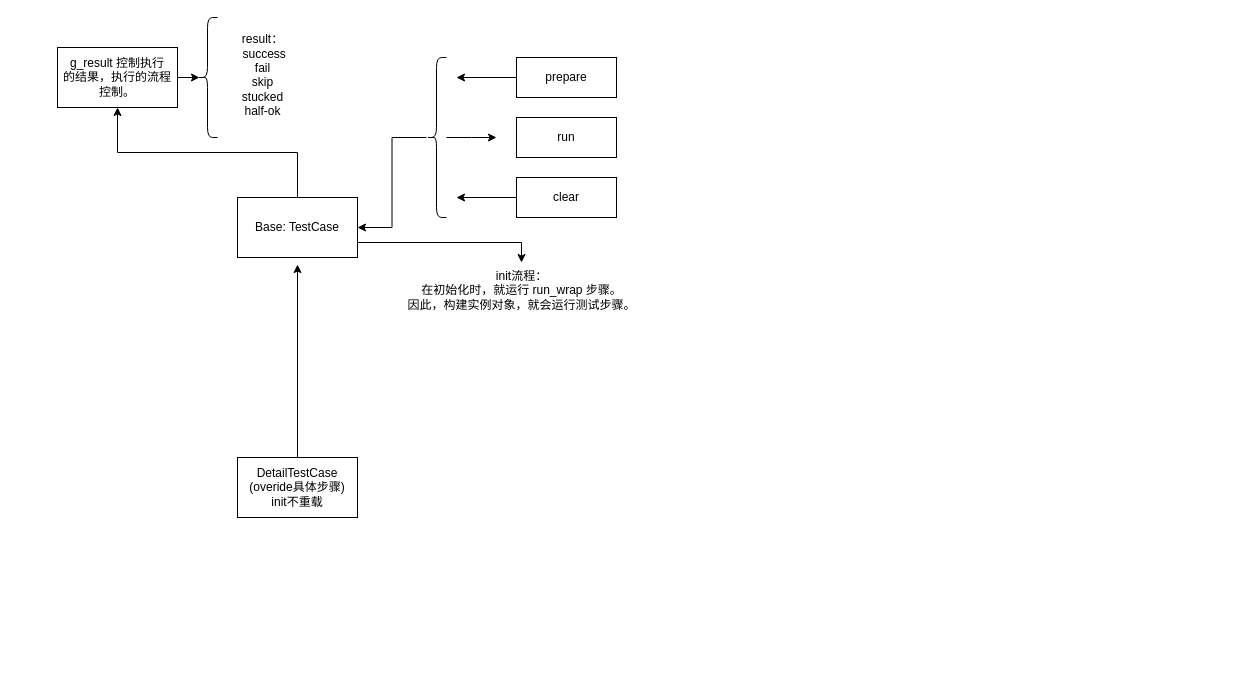
This is python_testcase.drawio from ff12323/drawio_ideas, a draw.io file, before an edit. Source tidied: cells renumbered, new cells numbered last; positions are measured from the earlier drawing's top-left corner, leaving out a move shared by most shapes. Both pictures are drawn from the tidied source at 100%, with x=0, y=0 at pixel (57, 17).
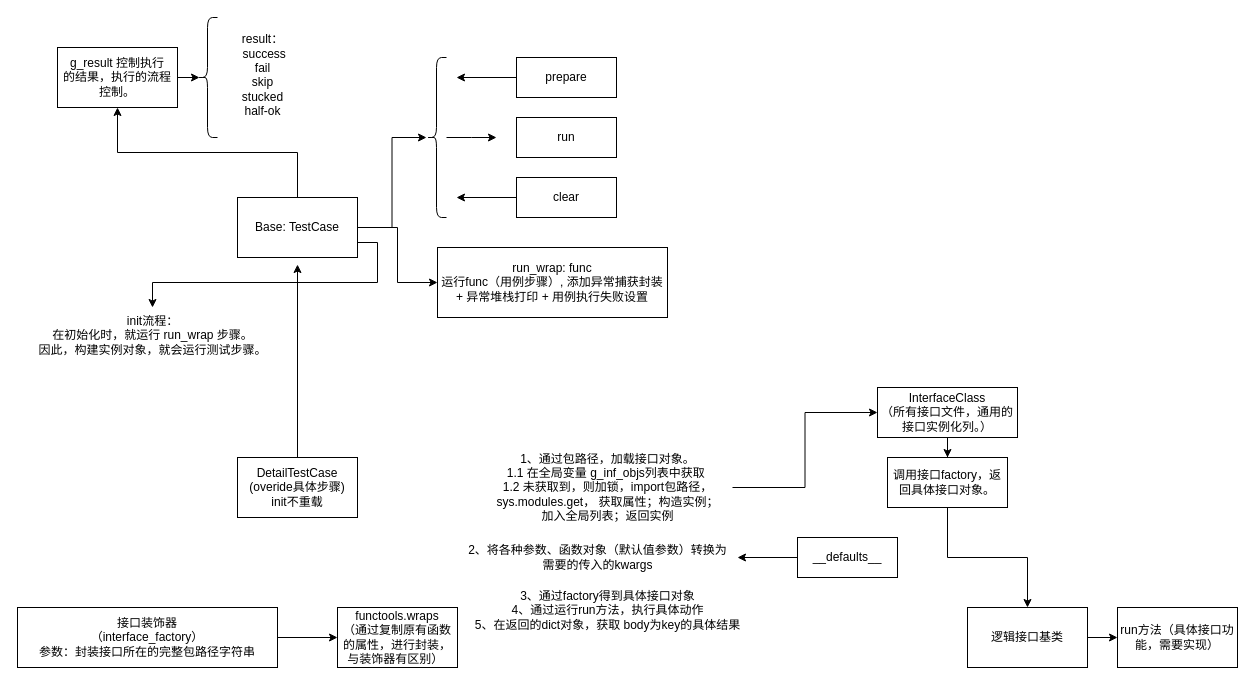
Above is the later version.

The change refers to these unchanged cells:
```xml
<mxCell id="5" value="Base: TestCase" style="rounded=0;whiteSpace=wrap;html=1;" parent="1" vertex="1">
  <mxGeometry x="180" y="180" width="120" height="60" as="geometry" />
</mxCell>
<mxCell id="9" style="shape=curlyBracket;whiteSpace=wrap;html=1;rounded=1;labelPosition=left;verticalLabelPosition=middle;align=right;verticalAlign=middle;" parent="1" vertex="1">
  <mxGeometry x="369" y="40" width="20" height="160" as="geometry" />
</mxCell>
```

Diff of the diagram source:
```diff
@@
+    <mxCell id="20" style="edgeStyle=orthogonalEdgeStyle;rounded=0;jettySize=auto;html=1;entryX=0;entryY=0.5;entryDx=0;entryDy=0;" parent="1" edge="1" source="5" target="21">
+      <mxGeometry relative="1" as="geometry" />
+    </mxCell>
@@
-    <mxCell id="7" style="edgeStyle=orthogonalEdgeStyle;rounded=0;jettySize=auto;html=1;entryX=1;entryY=0.5;entryDx=0;entryDy=0;" parent="1" edge="1" source="9" target="5">
+    <mxCell id="7" style="edgeStyle=orthogonalEdgeStyle;rounded=0;jettySize=auto;html=1;entryX=1;entryY=0.5;entryDx=0;entryDy=0;startArrow=classic;startFill=1;endArrow=none;endFill=0;" parent="1" edge="1" source="9" target="5">
       <mxGeometry relative="1" as="geometry" />
     </mxCell>
@@
     <mxCell id="15" value="init流程：&lt;div&gt;在初始化时，就运行 run_wrap 步骤。&lt;/div&gt;&lt;div&gt;因此，构建实例对象，就会运行测试步骤。&lt;/div&gt;&lt;div&gt;&lt;br&gt;&lt;/div&gt;" style="text;html=1;align=center;verticalAlign=middle;points=[];strokeColor=none;fillColor=none;" parent="1" vertex="1">
-      <mxGeometry x="339" y="245" width="250" height="70" as="geometry" />
+      <mxGeometry x="-30" y="290" width="250" height="70" as="geometry" />
     </mxCell>
@@
+    <mxCell id="21" value="run_wrap: func&lt;div&gt;运行func（用例步骤）, 添加异常捕获封装 + 异常堆栈打印 + 用例执行失败设置&lt;/div&gt;" style="rounded=0;whiteSpace=wrap;html=1;" parent="1" vertex="1">
+      <mxGeometry x="380" y="230" width="230" height="70" as="geometry" />
+    </mxCell>
+    <mxCell id="22" style="edgeStyle=orthogonalEdgeStyle;rounded=0;jettySize=auto;html=1;entryX=0;entryY=0.5;entryDx=0;entryDy=0;fontFamily=Helvetica;fontSize=12;fontColor=default;" parent="1" edge="1" source="23" target="24">
+      <mxGeometry relative="1" as="geometry" />
+    </mxCell>
+    <mxCell id="23" value="接口装饰器&lt;div&gt;（interface_factory）&lt;/div&gt;&lt;div&gt;参数：封装接口所在的完整包路径字符串&lt;/div&gt;" style="rounded=0;whiteSpace=wrap;html=1;" parent="1" vertex="1">
+      <mxGeometry x="-40" y="590" width="260" height="60" as="geometry" />
+    </mxCell>
+    <mxCell id="24" value="functools.wraps&lt;div&gt;（通过复制原有函数的属性，进行封装，与装饰器有区别）&amp;nbsp;&lt;/div&gt;" style="rounded=0;whiteSpace=wrap;html=1;strokeColor=default;align=center;verticalAlign=middle;fontFamily=Helvetica;fontSize=12;fontColor=default;fillColor=default;" parent="1" vertex="1">
+      <mxGeometry x="280" y="590" width="120" height="60" as="geometry" />
+    </mxCell>
+    <mxCell id="25" style="edgeStyle=orthogonalEdgeStyle;rounded=0;jettySize=auto;html=1;fontFamily=Helvetica;fontSize=12;fontColor=default;" parent="1" edge="1" source="26" target="27">
+      <mxGeometry relative="1" as="geometry" />
+    </mxCell>
+    <mxCell id="26" value="__defaults__" style="rounded=0;whiteSpace=wrap;html=1;strokeColor=default;align=center;verticalAlign=middle;fontFamily=Helvetica;fontSize=12;fontColor=default;fillColor=default;" parent="1" vertex="1">
+      <mxGeometry x="740" y="520" width="100" height="40" as="geometry" />
+    </mxCell>
+    <mxCell id="27" value="2、将各种参数、函数对象（默认值参数）转换为&lt;div&gt;需要的传入的kwargs&lt;/div&gt;" style="text;html=1;align=center;verticalAlign=middle;points=[];strokeColor=none;fillColor=none;fontFamily=Helvetica;fontSize=12;fontColor=default;" parent="1" vertex="1">
+      <mxGeometry x="400" y="520" width="280" height="40" as="geometry" />
+    </mxCell>
+    <mxCell id="28" style="edgeStyle=orthogonalEdgeStyle;rounded=0;jettySize=auto;html=1;entryX=0;entryY=0.5;entryDx=0;entryDy=0;fontFamily=Helvetica;fontSize=12;fontColor=default;" parent="1" edge="1" source="29" target="31">
+      <mxGeometry relative="1" as="geometry" />
+    </mxCell>
+    <mxCell id="29" value="1、通过包路径，加载接口对象。&lt;div&gt;1.1 在全局变量 g_inf_objs列表中获取&amp;nbsp;&lt;/div&gt;&lt;div&gt;1.2 未获取到，则加锁，import包路径，&lt;/div&gt;&lt;div&gt;sys.modules.get， 获取属性；构造实例；&lt;/div&gt;&lt;div&gt;加入全局列表；返回实例&lt;/div&gt;" style="text;html=1;align=center;verticalAlign=middle;points=[];strokeColor=none;fillColor=none;fontFamily=Helvetica;fontSize=12;fontColor=default;" parent="1" vertex="1">
+      <mxGeometry x="425" y="425" width="250" height="90" as="geometry" />
+    </mxCell>
+    <mxCell id="30" style="edgeStyle=orthogonalEdgeStyle;rounded=0;jettySize=auto;html=1;fontFamily=Helvetica;fontSize=12;fontColor=default;" parent="1" edge="1" source="31" target="36">
+      <mxGeometry relative="1" as="geometry" />
+    </mxCell>
+    <mxCell id="31" value="InterfaceClass&lt;div&gt;（所有接口文件，通用的接口实例化列。）&lt;/div&gt;" style="rounded=0;whiteSpace=wrap;html=1;strokeColor=default;align=center;verticalAlign=middle;fontFamily=Helvetica;fontSize=12;fontColor=default;fillColor=default;" parent="1" vertex="1">
+      <mxGeometry x="820" y="370" width="140" height="50" as="geometry" />
+    </mxCell>
+    <mxCell id="32" style="edgeStyle=orthogonalEdgeStyle;rounded=0;jettySize=auto;html=1;fontFamily=Helvetica;fontSize=12;fontColor=default;" parent="1" edge="1" source="33" target="34">
+      <mxGeometry relative="1" as="geometry" />
+    </mxCell>
+    <mxCell id="33" value="逻辑接口基类" style="whiteSpace=wrap;html=1;rounded=0;strokeColor=default;align=center;verticalAlign=middle;fontFamily=Helvetica;fontSize=12;fontColor=default;fillColor=default;" parent="1" vertex="1">
+      <mxGeometry x="910" y="590" width="120" height="60" as="geometry" />
+    </mxCell>
+    <mxCell id="34" value="run方法（具体接口功能，需要实现）" style="whiteSpace=wrap;html=1;rounded=0;strokeColor=default;align=center;verticalAlign=middle;fontFamily=Helvetica;fontSize=12;fontColor=default;fillColor=default;" parent="1" vertex="1">
+      <mxGeometry x="1060" y="590" width="120" height="60" as="geometry" />
+    </mxCell>
+    <mxCell id="35" style="edgeStyle=orthogonalEdgeStyle;rounded=0;jettySize=auto;html=1;entryX=0.5;entryY=0;entryDx=0;entryDy=0;fontFamily=Helvetica;fontSize=12;fontColor=default;" parent="1" edge="1" source="36" target="33">
+      <mxGeometry relative="1" as="geometry" />
+    </mxCell>
+    <mxCell id="36" value="调用接口factory，返回具体接口对象。" style="whiteSpace=wrap;html=1;rounded=0;" parent="1" vertex="1">
+      <mxGeometry x="830" y="440" width="120" height="50" as="geometry" />
+    </mxCell>
+    <mxCell id="37" value="3、通过factory得到具体接口对象&lt;div&gt;4、通过运行run方法，执行具体动作&lt;/div&gt;&lt;div&gt;5、在返回的dict对象，获取&amp;nbsp;body为key的具体结果&lt;/div&gt;" style="text;html=1;align=center;verticalAlign=middle;strokeColor=none;fillColor=none;fontFamily=Helvetica;fontSize=12;fontColor=default;" parent="1" vertex="1">
+      <mxGeometry x="405" y="563" width="290" height="60" as="geometry" />
+    </mxCell>
```
